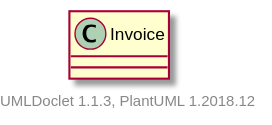
Earlier version of the PlantUML export projects/oodp/html/umlversion/uml/sg.edu.ntu.scse.cz2002.features.Invoice.svg (itachi1706/How-to-use-Git-NTUSCSE1819-Site).
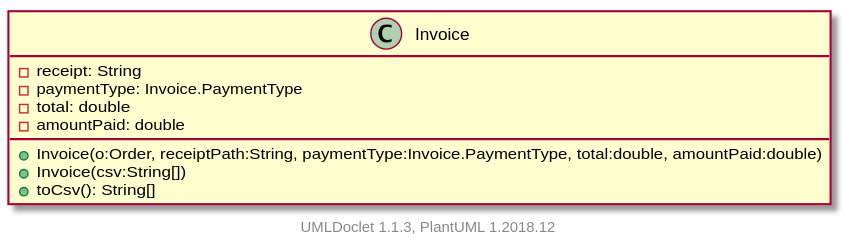
After the commit.

The edit, as a diff of the source:
```diff
@@ -1,6 +1,13 @@
 @startuml
 
     class Invoice [[../sg/edu/ntu/scse/cz2002/features/Invoice.html]] {
+        -receipt: String
+        -paymentType: Invoice.PaymentType
+        -total: double
+        -amountPaid: double
+        +Invoice(o:Order, receiptPath:String, paymentType:Invoice.PaymentType, total:double, amountPaid:double)
+        +Invoice(csv:String[])
+        +toCsv(): String[]
     }
 
 
```
